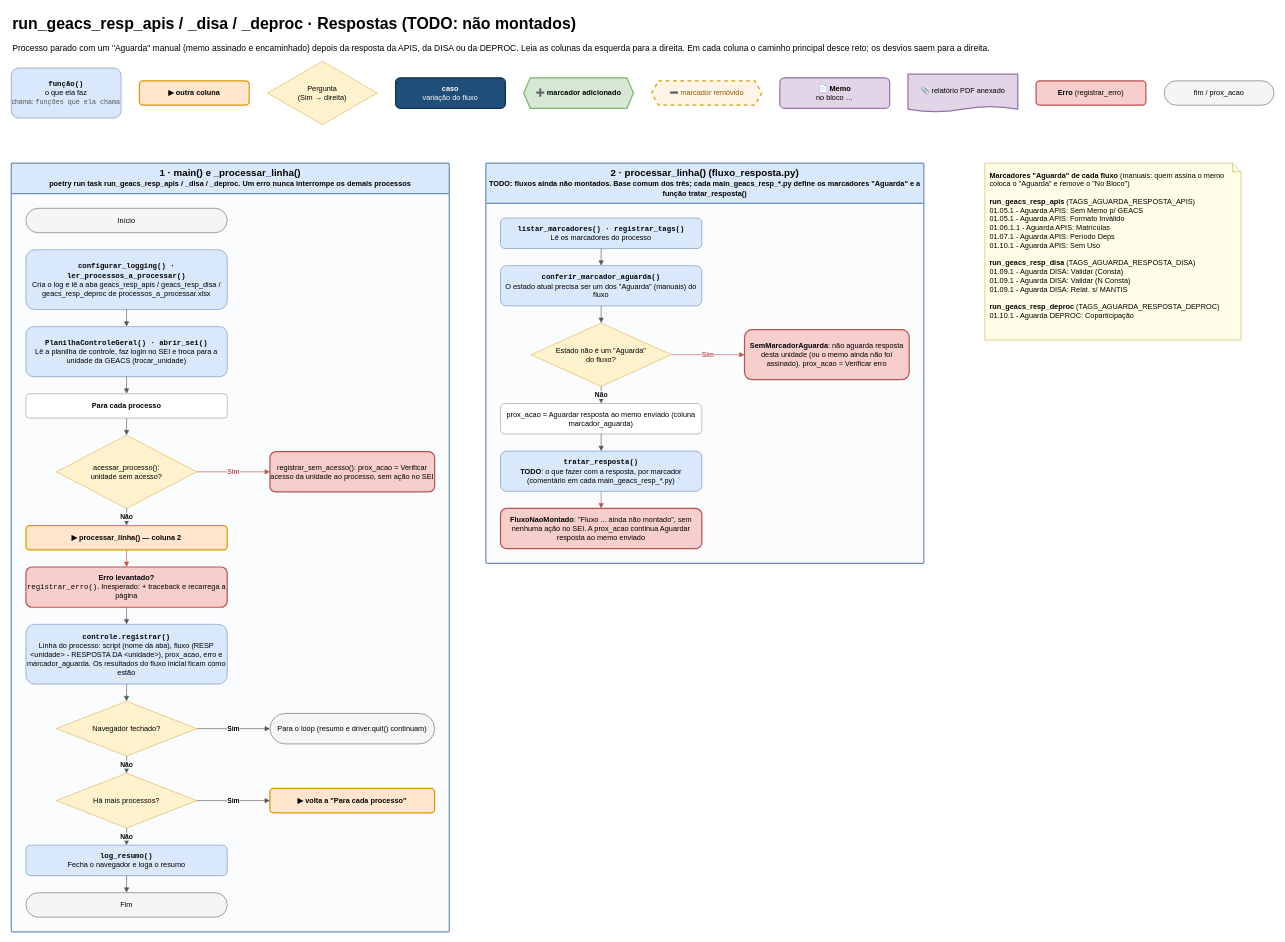
Earlier version of the draw.io diagram page "geacs_resp_*" (2 of 10) of docs/fluxo.drawio (guamaralb/script-sei-utilizacao-indevida-v2). Source tidied: cells renumbered, new cells numbered last; positions are measured from the earlier drawing's top-left corner, leaving out a move shared by most shapes. Both pictures are drawn from the tidied source at 61%, with x=0, y=0 at pixel (11, 10).
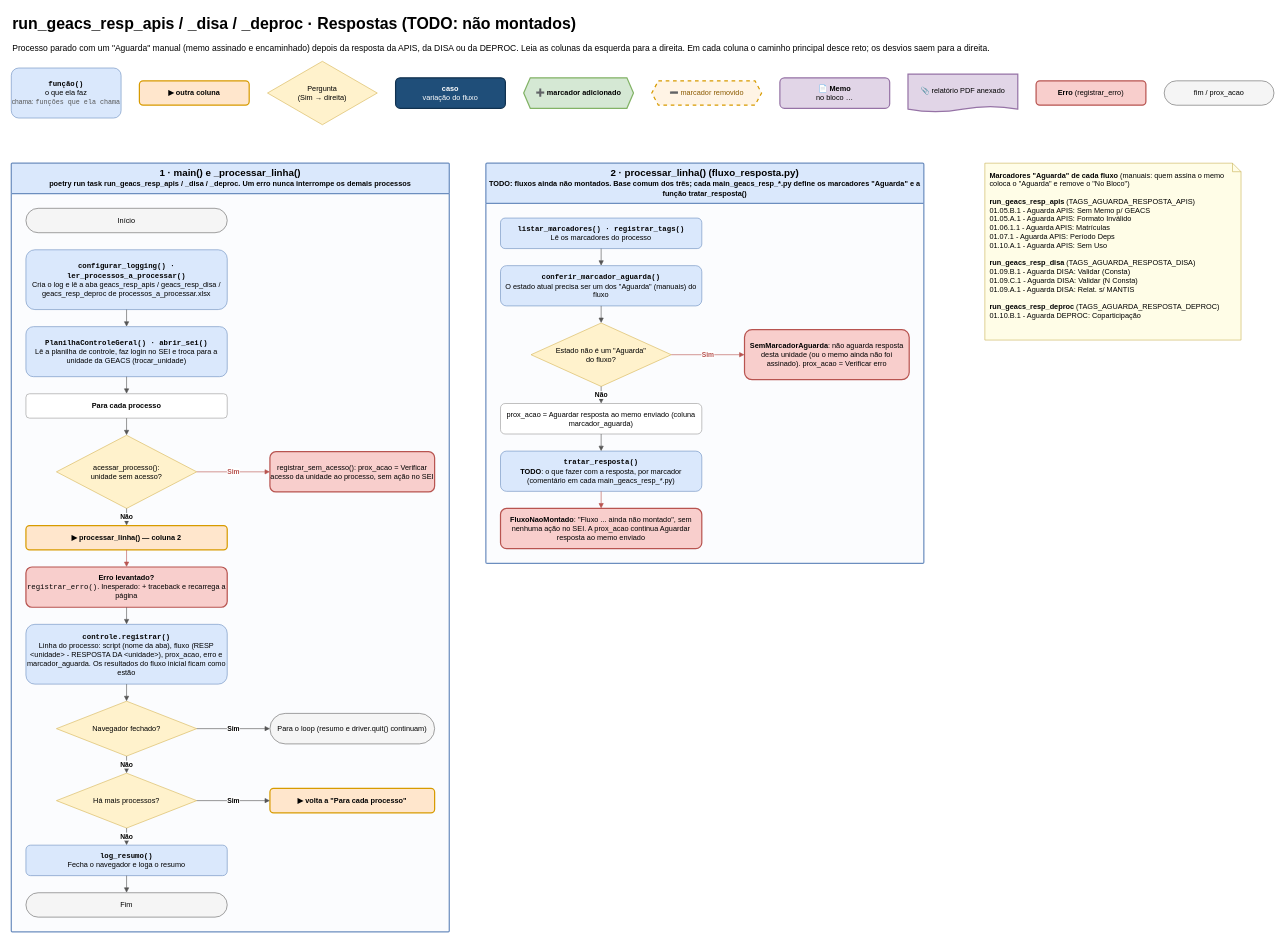
Above is the later version.

What changed in the source:
```diff
@@
-    <mxCell id="38" value="&lt;b&gt;Marcadores &quot;Aguarda&quot; de cada fluxo&lt;/b&gt; (manuais: quem assina o memo coloca o &quot;Aguarda&quot; e remove o &quot;No Bloco&quot;)&lt;br&gt;&lt;br&gt;&lt;b&gt;run_geacs_resp_apis&lt;/b&gt; (TAGS_AGUARDA_RESPOSTA_APIS)&lt;br&gt;01.05.1 - Aguarda APIS: Sem Memo p/ GEACS&lt;br&gt;01.05.1 - Aguarda APIS: Formato Inválido&lt;br&gt;01.06.1.1 - Aguarda APIS: Matrículas&lt;br&gt;01.07.1 - Aguarda APIS: Período Deps&lt;br&gt;01.10.1 - Aguarda APIS: Sem Uso&lt;br&gt;&lt;br&gt;&lt;b&gt;run_geacs_resp_disa&lt;/b&gt; (TAGS_AGUARDA_RESPOSTA_DISA)&lt;br&gt;01.09.1 - Aguarda DISA: Validar (Consta)&lt;br&gt;01.09.1 - Aguarda DISA: Validar (N Consta)&lt;br&gt;01.09.1 - Aguarda DISA: Relat. s/ MANTIS&lt;br&gt;&lt;br&gt;&lt;b&gt;run_geacs_resp_deproc&lt;/b&gt; (TAGS_AGUARDA_RESPOSTA_DEPROC)&lt;br&gt;01.10.1 - Aguarda DEPROC: Coparticipação" style="shape=note;size=14;align=left;verticalAlign=top;spacing=8;fillColor=#fffde7;strokeColor=#c9b458;whiteSpace=wrap;html=1;fontSize=12;" parent="1" vertex="1">
+    <mxCell id="38" value="&lt;b&gt;Marcadores &quot;Aguarda&quot; de cada fluxo&lt;/b&gt; (manuais: quem assina o memo coloca o &quot;Aguarda&quot; e remove o &quot;No Bloco&quot;)&lt;br&gt;&lt;br&gt;&lt;b&gt;run_geacs_resp_apis&lt;/b&gt; (TAGS_AGUARDA_RESPOSTA_APIS)&lt;br&gt;01.05.B.1 - Aguarda APIS: Sem Memo p/ GEACS&lt;br&gt;01.05.A.1 - Aguarda APIS: Formato Inválido&lt;br&gt;01.06.1.1 - Aguarda APIS: Matrículas&lt;br&gt;01.07.1 - Aguarda APIS: Período Deps&lt;br&gt;01.10.A.1 - Aguarda APIS: Sem Uso&lt;br&gt;&lt;br&gt;&lt;b&gt;run_geacs_resp_disa&lt;/b&gt; (TAGS_AGUARDA_RESPOSTA_DISA)&lt;br&gt;01.09.B.1 - Aguarda DISA: Validar (Consta)&lt;br&gt;01.09.C.1 - Aguarda DISA: Validar (N Consta)&lt;br&gt;01.09.A.1 - Aguarda DISA: Relat. s/ MANTIS&lt;br&gt;&lt;br&gt;&lt;b&gt;run_geacs_resp_deproc&lt;/b&gt; (TAGS_AGUARDA_RESPOSTA_DEPROC)&lt;br&gt;01.10.B.1 - Aguarda DEPROC: Coparticipação" style="shape=note;size=14;align=left;verticalAlign=top;spacing=8;fillColor=#fffde7;strokeColor=#c9b458;whiteSpace=wrap;html=1;fontSize=12;" parent="1" vertex="1">
       <mxGeometry x="1596" y="250" width="420" height="290" as="geometry" />
     </mxCell>
```
